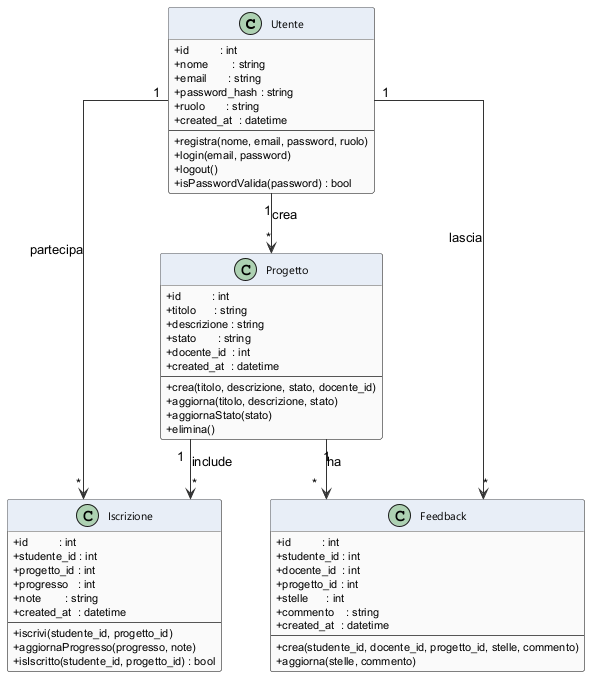
Above: assets/uml.png in KamilIbragimov/Progetto_Di_Fine_Anno-2026 (PlantUML), before the change.
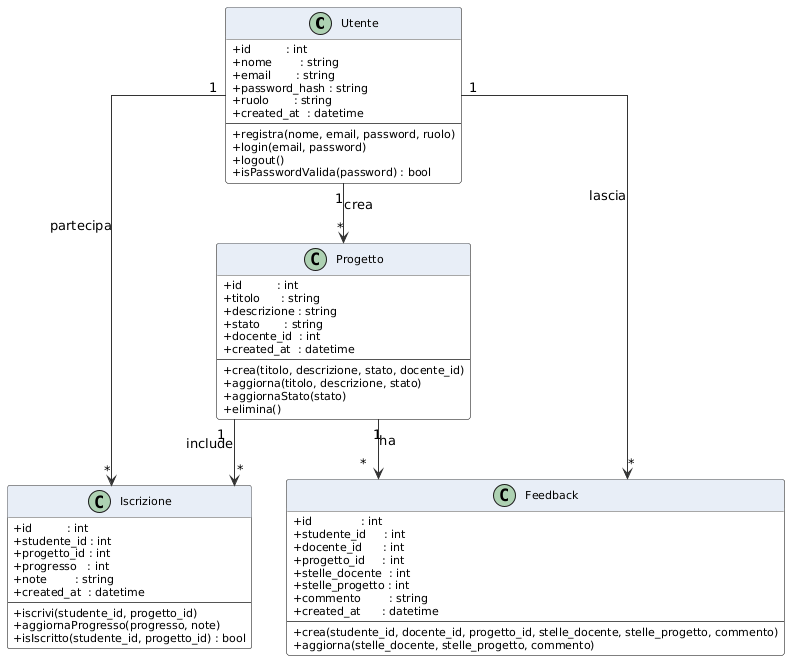
Above is the later version.

Change to the diagram source:
```diff
@@ -1,5 +1,4 @@
-@startuml uml
-
+@startuml
 skinparam shadowing false
 skinparam class {
     BackgroundColor #FAFAFA
@@ -55,16 +54,17 @@
 }
 
 class Feedback {
-    +id          : int
-    +studente_id : int
-    +docente_id  : int
-    +progetto_id : int
-    +stelle      : int
-    +commento    : string
-    +created_at  : datetime
+    +id              : int
+    +studente_id     : int
+    +docente_id      : int
+    +progetto_id     : int
+    +stelle_docente  : int
+    +stelle_progetto : int
+    +commento        : string
+    +created_at      : datetime
     --
-    +crea(studente_id, docente_id, progetto_id, stelle, commento)
-    +aggiorna(stelle, commento)
+    +crea(studente_id, docente_id, progetto_id, stelle_docente, stelle_progetto, commento)
+    +aggiorna(stelle_docente, stelle_progetto, commento)
 }
 
 Utente    "1" --> "*" Progetto   : crea
@@ -72,5 +72,4 @@
 Progetto  "1" --> "*" Iscrizione : include
 Utente    "1" --> "*" Feedback   : lascia
 Progetto  "1" --> "*" Feedback   : ha
-
 @enduml
```
